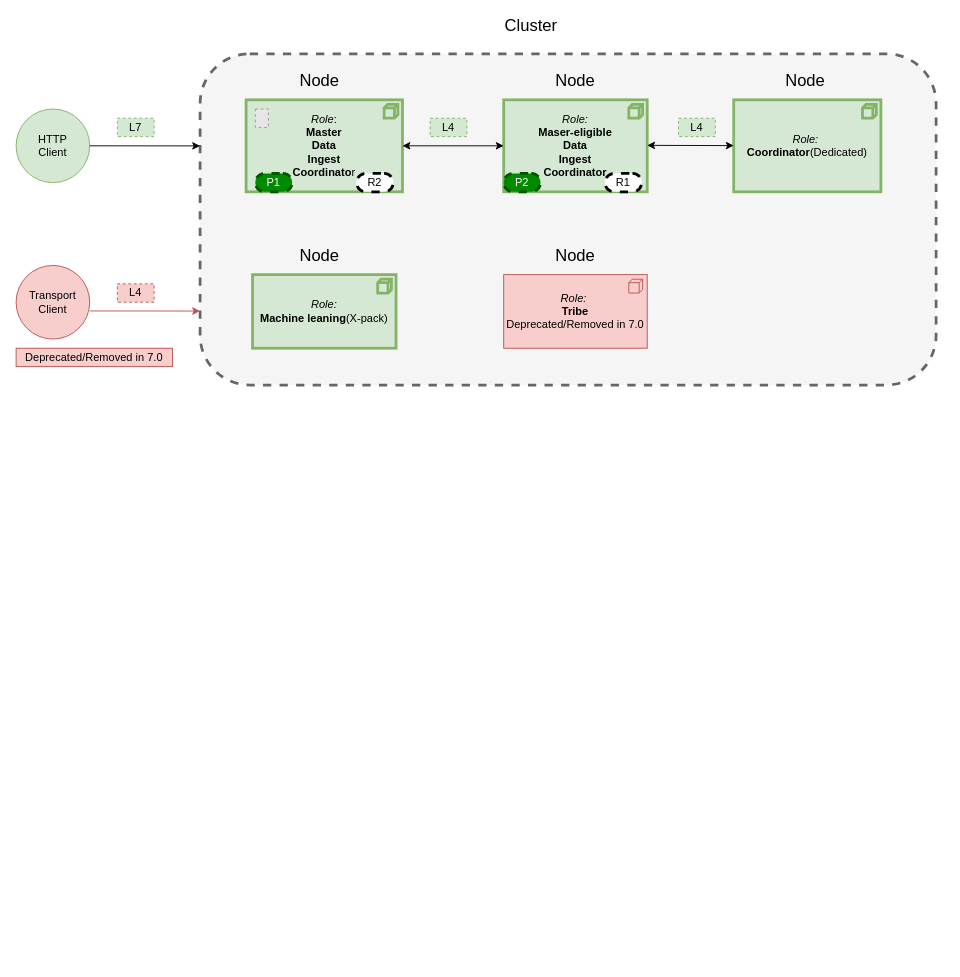
The draw.io diagram ES1.drawio in weizheng1990s/Diagram, before the edit. Source tidied: cells renumbered, new cells numbered last; positions are measured from the earlier drawing's top-left corner, leaving out a move shared by most shapes. Both pictures are drawn from the tidied source at 92%, with x=0, y=0 at pixel (16, 17). Pictures stored in the file or linked from it are replaced by grey dashed boxes.
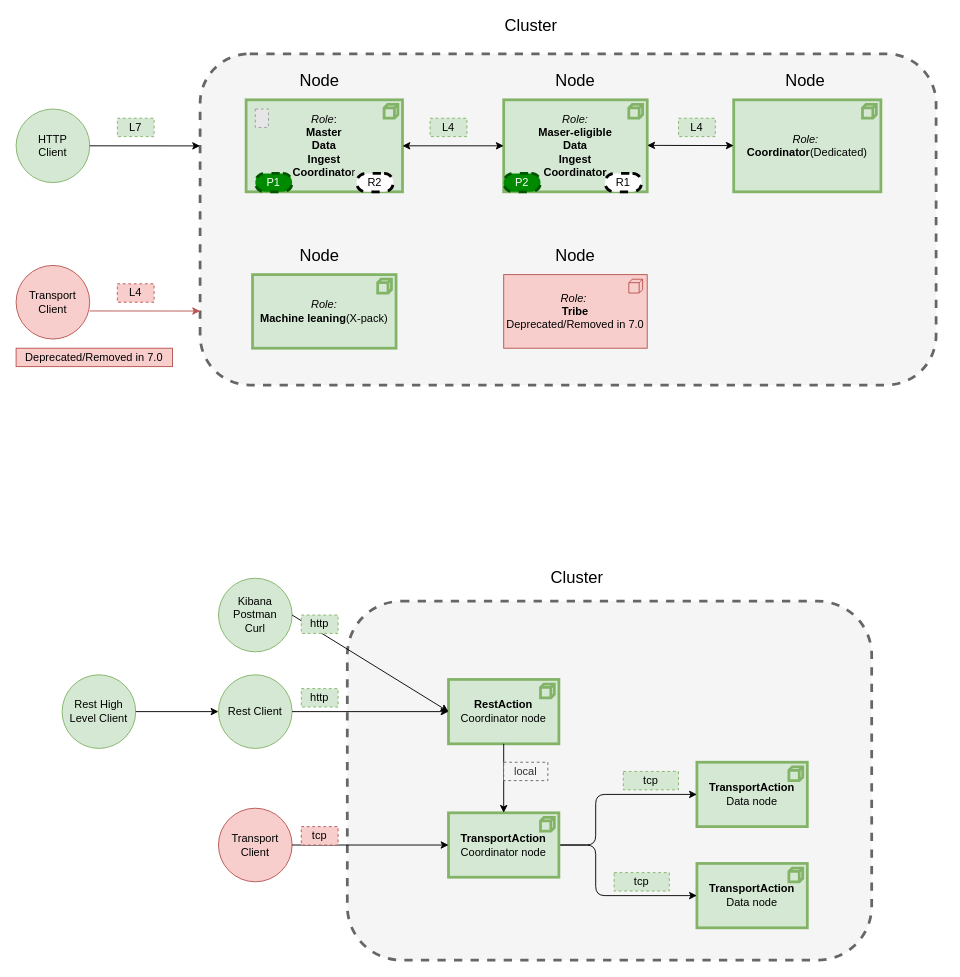
Above is the later version.

Diff of the diagram source:
```diff
@@
+    <mxCell id="31" style="rounded=1;whiteSpace=wrap;html=1;dashed=1;strokeWidth=3;fillColor=#f5f5f5;strokeColor=#666666;fontColor=#333333;" parent="1" vertex="1">
+      <mxGeometry x="360" y="635" width="570" height="390" as="geometry" />
+    </mxCell>
+    <mxCell id="32" value="&lt;font style=&quot;font-size: 18px&quot;&gt;Cluster&lt;/font&gt;" style="text;html=1;strokeColor=none;fillColor=none;align=center;verticalAlign=middle;whiteSpace=wrap;rounded=0;dashed=1;" parent="1" vertex="1">
+      <mxGeometry x="590" y="600" width="40" height="20" as="geometry" />
+    </mxCell>
+    <mxCell id="33" value="&lt;b&gt;RestAction&lt;/b&gt;&lt;br&gt;Coordinator node" style="html=1;outlineConnect=0;whiteSpace=wrap;fillColor=#d5e8d4;shape=mxgraph.archimate3.application;appType=node;archiType=square;strokeColor=#82b366;strokeWidth=3;" parent="1" vertex="1">
+      <mxGeometry x="470" y="720" width="120" height="70" as="geometry" />
+    </mxCell>
+    <mxCell id="34" value="&lt;b&gt;TransportAction&lt;/b&gt;&lt;br&gt;Data node" style="html=1;outlineConnect=0;whiteSpace=wrap;fillColor=#d5e8d4;shape=mxgraph.archimate3.application;appType=node;archiType=square;strokeColor=#82b366;strokeWidth=3;" parent="1" vertex="1">
+      <mxGeometry x="740" y="810" width="120" height="70" as="geometry" />
+    </mxCell>
+    <mxCell id="35" value="&lt;b&gt;TransportAction&lt;br&gt;&lt;/b&gt;Data node" style="html=1;outlineConnect=0;whiteSpace=wrap;fillColor=#d5e8d4;shape=mxgraph.archimate3.application;appType=node;archiType=square;strokeColor=#82b366;strokeWidth=3;" parent="1" vertex="1">
+      <mxGeometry x="740" y="920" width="120" height="70" as="geometry" />
+    </mxCell>
+    <mxCell id="36" value="Rest High Level Client" style="ellipse;whiteSpace=wrap;html=1;fillColor=#d5e8d4;strokeColor=#82b366;" parent="1" vertex="1">
+      <mxGeometry x="50" y="715" width="80" height="80" as="geometry" />
+    </mxCell>
+    <mxCell id="37" value="Rest Client" style="ellipse;whiteSpace=wrap;html=1;fillColor=#d5e8d4;strokeColor=#82b366;" parent="1" vertex="1">
+      <mxGeometry x="220" y="715" width="80" height="80" as="geometry" />
+    </mxCell>
+    <mxCell id="38" value="Transport Client" style="ellipse;whiteSpace=wrap;html=1;fillColor=#f8cecc;strokeColor=#b85450;" parent="1" vertex="1">
+      <mxGeometry x="220" y="860" width="80" height="80" as="geometry" />
+    </mxCell>
+    <mxCell id="39" style="endArrow=classic;html=1;exitX=1;exitY=0.5;exitDx=0;exitDy=0;entryX=0;entryY=0.5;entryDx=0;entryDy=0;" parent="1" edge="1" source="36" target="37">
+      <mxGeometry relative="1" as="geometry" />
+    </mxCell>
+    <mxCell id="40" style="endArrow=classic;html=1;exitX=1;exitY=0.5;exitDx=0;exitDy=0;entryX=0;entryY=0.5;entryDx=0;entryDy=0;entryPerimeter=0;" parent="1" edge="1" source="37" target="33">
+      <mxGeometry relative="1" as="geometry" />
+    </mxCell>
+    <mxCell id="41" value="http" style="text;html=1;strokeColor=#82b366;fillColor=#d5e8d4;align=center;verticalAlign=middle;whiteSpace=wrap;rounded=0;dashed=1;" parent="1" vertex="1">
+      <mxGeometry x="310" y="730" width="40" height="20" as="geometry" />
+    </mxCell>
+    <mxCell id="42" value="tcp" style="text;html=1;strokeColor=#82b366;fillColor=#d5e8d4;align=center;verticalAlign=middle;whiteSpace=wrap;rounded=0;dashed=1;" parent="1" vertex="1">
+      <mxGeometry x="650" y="930" width="60" height="20" as="geometry" />
+    </mxCell>
+    <mxCell id="43" value="Kibana&lt;br&gt;Postman&lt;br&gt;Curl" style="ellipse;whiteSpace=wrap;html=1;fillColor=#d5e8d4;strokeColor=#82b366;" parent="1" vertex="1">
+      <mxGeometry x="220" y="610" width="80" height="80" as="geometry" />
+    </mxCell>
+    <mxCell id="44" style="endArrow=classic;html=1;exitX=1;exitY=0.5;exitDx=0;exitDy=0;entryX=0;entryY=0.5;entryDx=0;entryDy=0;entryPerimeter=0;" parent="1" edge="1" source="43" target="33">
+      <mxGeometry relative="1" as="geometry" />
+    </mxCell>
+    <mxCell id="45" value="http" style="text;html=1;strokeColor=#82b366;fillColor=#d5e8d4;align=center;verticalAlign=middle;whiteSpace=wrap;rounded=0;dashed=1;" parent="1" vertex="1">
+      <mxGeometry x="310" y="650" width="40" height="20" as="geometry" />
+    </mxCell>
+    <mxCell id="46" style="endArrow=classic;html=1;exitX=1;exitY=0.5;exitDx=0;exitDy=0;entryX=0;entryY=0.5;entryDx=0;entryDy=0;entryPerimeter=0;exitPerimeter=0;" parent="1" edge="1" source="49" target="34">
+      <mxGeometry relative="1" as="geometry">
+        <Array as="points">
+          <mxPoint x="630" y="900" />
+          <mxPoint x="630" y="845" />
+        </Array>
+      </mxGeometry>
+    </mxCell>
+    <mxCell id="47" value="tcp" style="text;html=1;strokeColor=#82b366;fillColor=#d5e8d4;align=center;verticalAlign=middle;whiteSpace=wrap;rounded=0;dashed=1;" parent="1" vertex="1">
+      <mxGeometry x="660" y="820" width="60" height="20" as="geometry" />
+    </mxCell>
+    <mxCell id="48" style="endArrow=classic;html=1;entryX=0;entryY=0.5;entryDx=0;entryDy=0;entryPerimeter=0;exitX=1;exitY=0.5;exitDx=0;exitDy=0;exitPerimeter=0;" parent="1" edge="1" source="49" target="35">
+      <mxGeometry relative="1" as="geometry">
+        <Array as="points">
+          <mxPoint x="630" y="900" />
+          <mxPoint x="630" y="955" />
+        </Array>
+      </mxGeometry>
+    </mxCell>
+    <mxCell id="49" value="&lt;b&gt;TransportAction&lt;/b&gt;&lt;br&gt;Coordinator node" style="html=1;outlineConnect=0;whiteSpace=wrap;fillColor=#d5e8d4;shape=mxgraph.archimate3.application;appType=node;archiType=square;strokeColor=#82b366;strokeWidth=3;" parent="1" vertex="1">
+      <mxGeometry x="470" y="865" width="120" height="70" as="geometry" />
+    </mxCell>
+    <mxCell id="50" style="endArrow=classic;html=1;exitX=1;exitY=0.5;exitDx=0;exitDy=0;entryX=0;entryY=0.5;entryDx=0;entryDy=0;entryPerimeter=0;" parent="1" edge="1" source="38" target="49">
+      <mxGeometry relative="1" as="geometry" />
+    </mxCell>
+    <mxCell id="51" value="tcp" style="text;html=1;strokeColor=#b85450;fillColor=#f8cecc;align=center;verticalAlign=middle;whiteSpace=wrap;rounded=0;dashed=1;" parent="1" vertex="1">
+      <mxGeometry x="310" y="880" width="40" height="20" as="geometry" />
+    </mxCell>
+    <mxCell id="52" style="endArrow=classic;html=1;exitX=0.5;exitY=1;exitDx=0;exitDy=0;entryX=0.5;entryY=0;entryDx=0;entryDy=0;entryPerimeter=0;exitPerimeter=0;" parent="1" edge="1" source="33" target="49">
+      <mxGeometry relative="1" as="geometry" />
+    </mxCell>
+    <mxCell id="53" value="local" style="text;html=1;align=center;verticalAlign=middle;whiteSpace=wrap;rounded=0;dashed=1;fillColor=#f5f5f5;strokeColor=#666666;fontColor=#333333;" parent="1" vertex="1">
+      <mxGeometry x="530" y="810" width="48" height="20" as="geometry" />
+    </mxCell>
```
